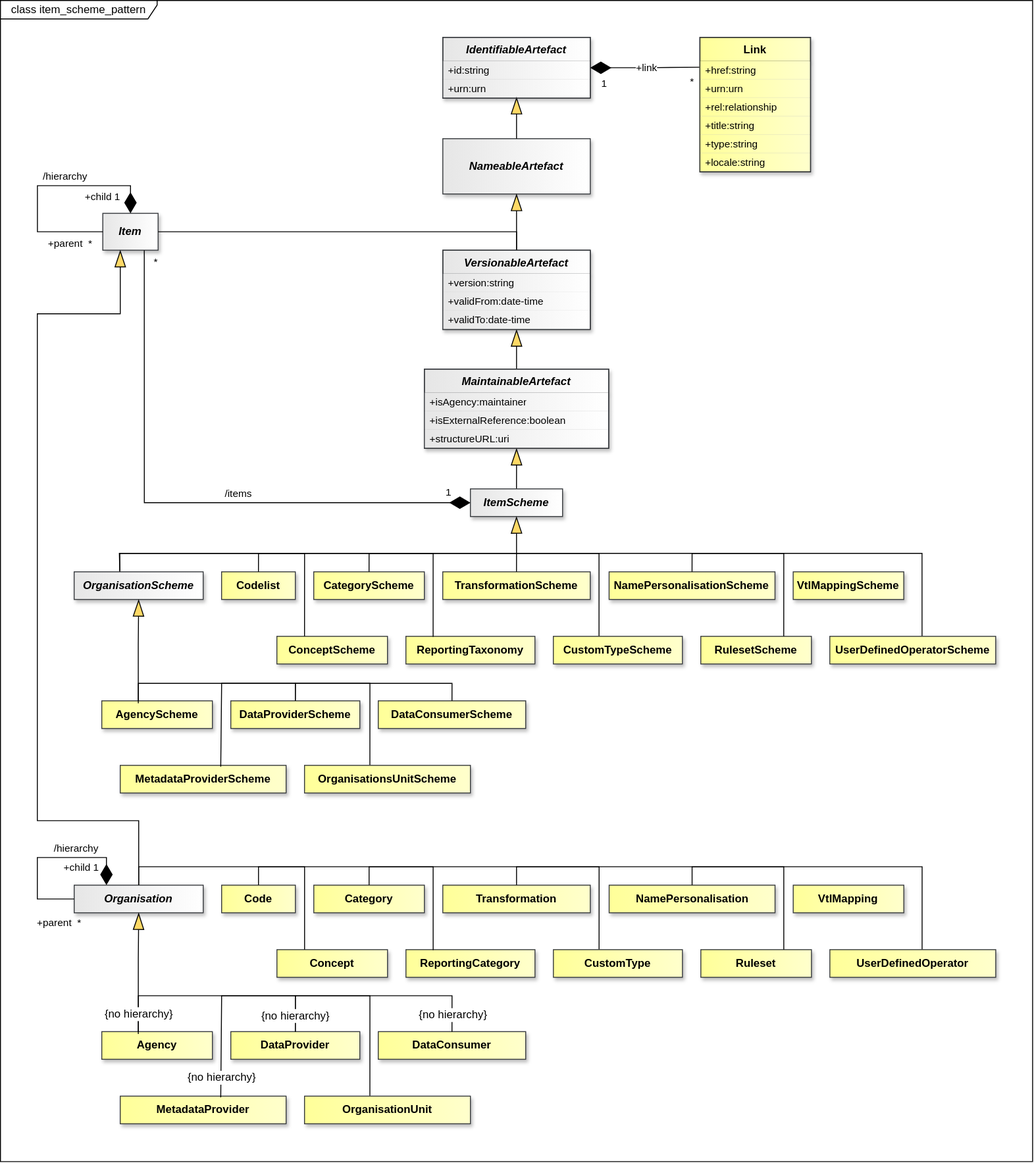
Earlier version of the draw.io export docs/information_model/media/sdmx_base-item_scheme_pattern.svg (sdmx-twg/sdmx-im). Source tidied: cells renumbered, new cells last; positions are measured from the earlier drawing's top-left corner, leaving out a move shared by most shapes.
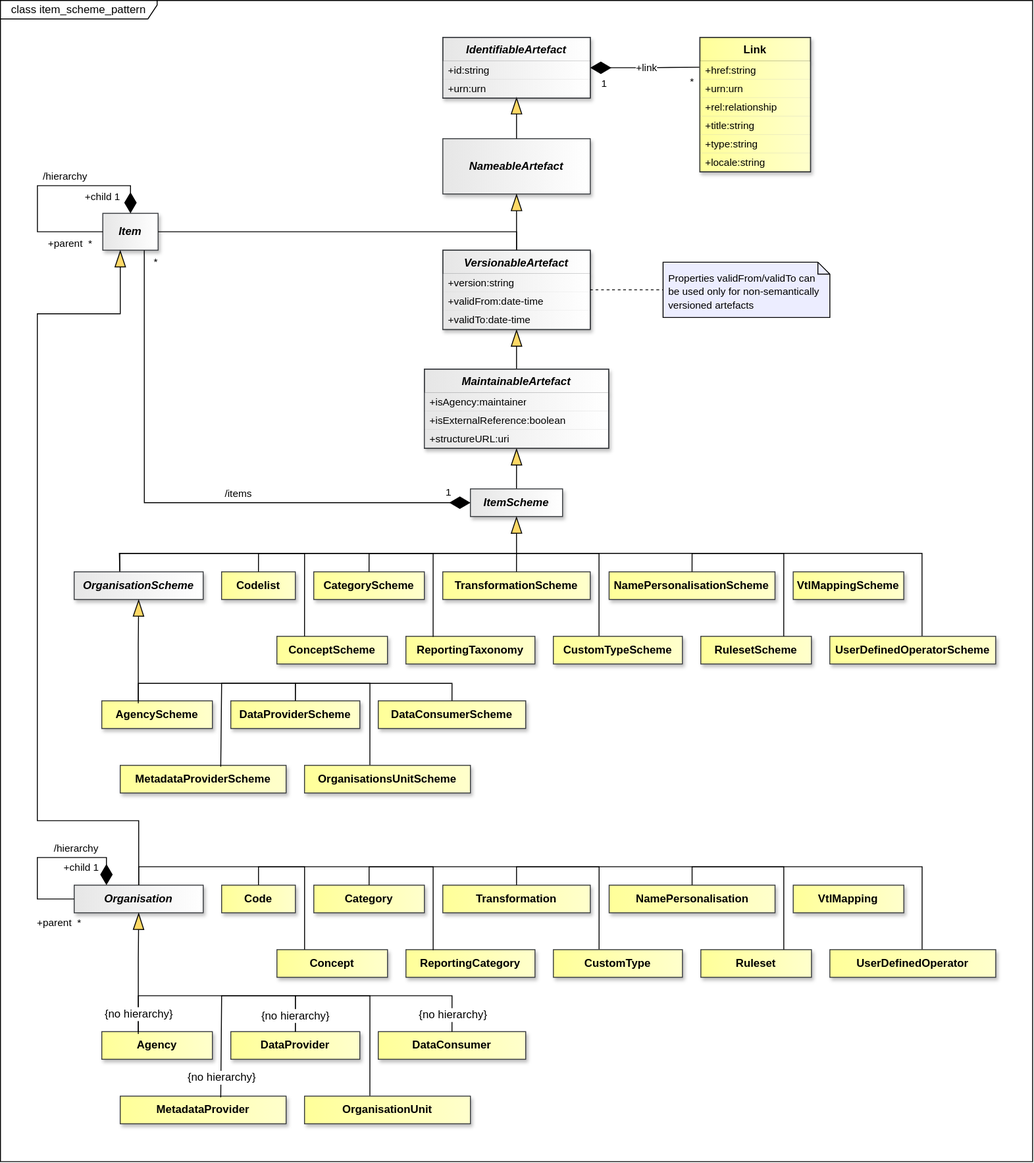
After the change.

What changed in the source:
```diff
@@ -508,5 +508,14 @@
     <mxCell id="120" style="rounded=0;whiteSpace=wrap;html=1;fillColor=none;strokeColor=#36393D;" parent="1" vertex="1">
       <mxGeometry x="460" y="400" width="200" height="86" as="geometry" />
     </mxCell>
+    <mxCell id="121" style="shape=note2;size=13;html=1;fillColor=light-dark(#ECEDFF,#ECEDFF);shadow=0;fontColor=light-dark(#000000,#000000);strokeColor=light-dark(#000000,#000000);verticalAlign=top;" parent="1" vertex="1">
+      <mxGeometry x="719" y="284" width="181" height="60" as="geometry" />
+    </mxCell>
+    <mxCell id="122" value="&lt;div&gt;&lt;font&gt;&lt;span style=&quot;font-size: 11px;&quot;&gt;Properties&amp;nbsp;&lt;/span&gt;&lt;/font&gt;&lt;span style=&quot;background-color: transparent; font-size: 11px;&quot;&gt;validFrom/validTo can be used only for non-semantically versioned artefacts&lt;/span&gt;&lt;/div&gt;" style="text;html=1;strokeColor=none;fillColor=none;align=left;verticalAlign=middle;spacingLeft=4;spacingRight=4;overflow=hidden;points=[[0,0.5],[1,0.5]];portConstraint=eastwest;whiteSpace=wrap;labelBorderColor=none;spacingTop=8;fontColor=light-dark(#000000,#000000);spacingBottom=4;" parent="121" vertex="1">
+      <mxGeometry width="181" height="60" as="geometry" />
+    </mxCell>
+    <mxCell id="123" style="edgeStyle=none;curved=1;rounded=0;jettySize=auto;html=1;fontSize=12;startSize=8;endSize=8;entryX=0;entryY=0.5;entryDx=0;entryDy=0;endArrow=none;endFill=0;dashed=1;exitX=1;exitY=0.5;exitDx=0;exitDy=0;" parent="1" edge="1" source="119" target="122">
+      <mxGeometry x="0.52" y="6.67" relative="1" as="geometry" />
+    </mxCell>
   </root>
 </mxGraphModel>
```
